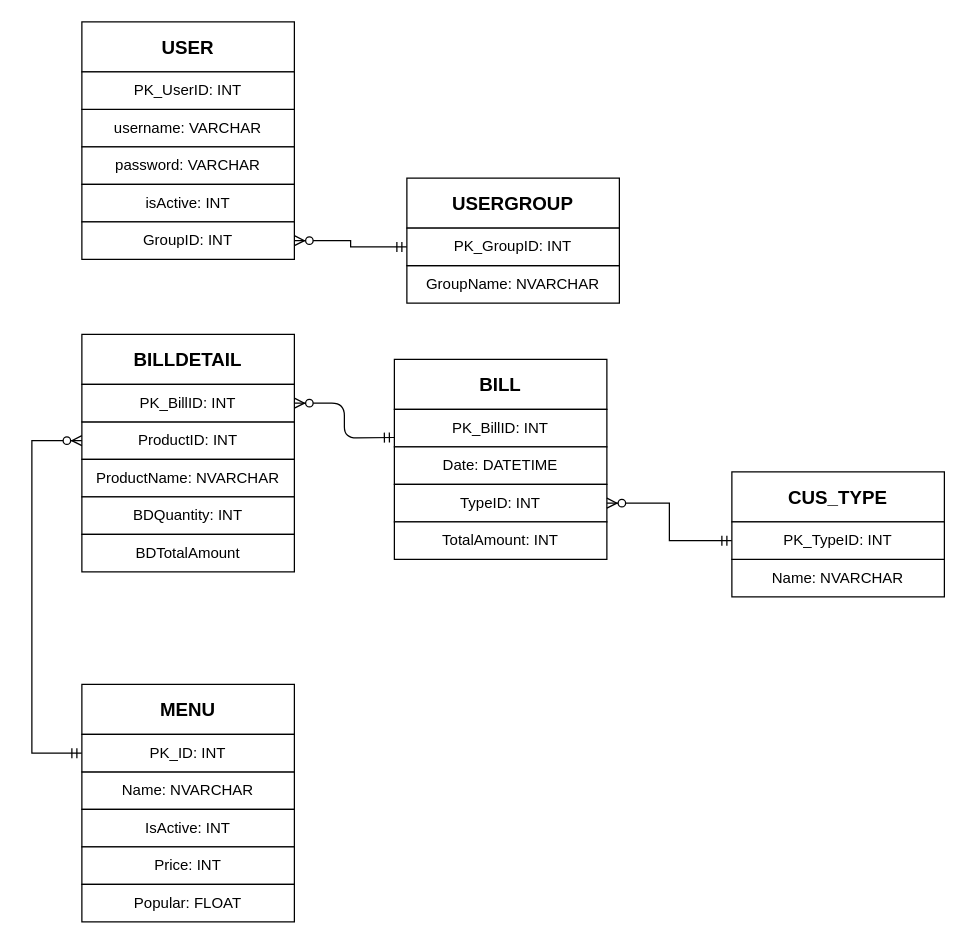
The draw.io diagram Database/ERD.drawio in duyquangtruong/POS-Application, before the edit. Source tidied: cells renumbered, new cells numbered last; positions are measured from the earlier drawing's top-left corner, leaving out a move shared by most shapes. Both pictures are drawn from the tidied source at 125%, with x=0, y=0 at pixel (31, 21).
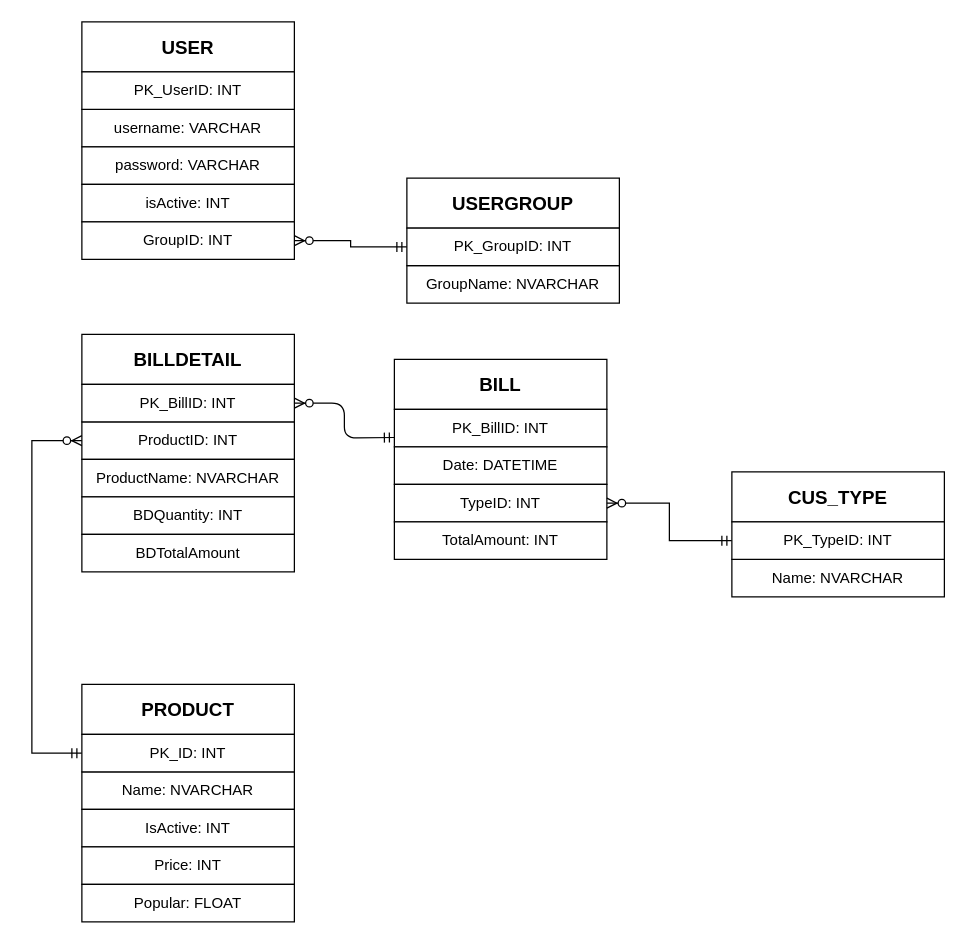
The same diagram, later.

What changed in the source:
```diff
@@
-    <mxCell id="11" value="&lt;b&gt;&lt;font style=&quot;font-size: 15px&quot;&gt;MENU&lt;/font&gt;&lt;/b&gt;" style="rounded=0;whiteSpace=wrap;html=1;" parent="1" vertex="1">
+    <mxCell id="11" value="&lt;b&gt;&lt;font style=&quot;font-size: 15px&quot;&gt;PRODUCT&lt;br&gt;&lt;/font&gt;&lt;/b&gt;" style="rounded=0;whiteSpace=wrap;html=1;" parent="1" vertex="1">
       <mxGeometry x="40" y="530" width="170" height="40" as="geometry" />
     </mxCell>
```
